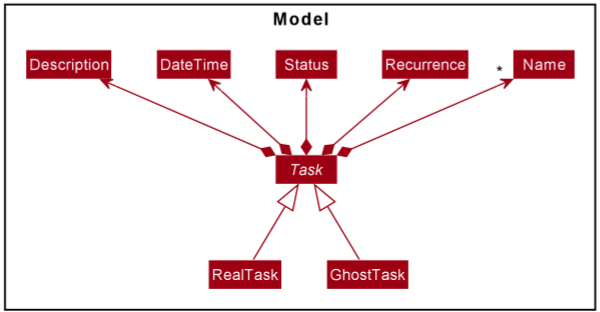
The PlantUML diagram docs/images/DetailedTaskClassDiagram.png in tsy24/tp, before a commit. Its source is kept beside it as docs/diagrams/DetailedTaskClassDiagram.puml.
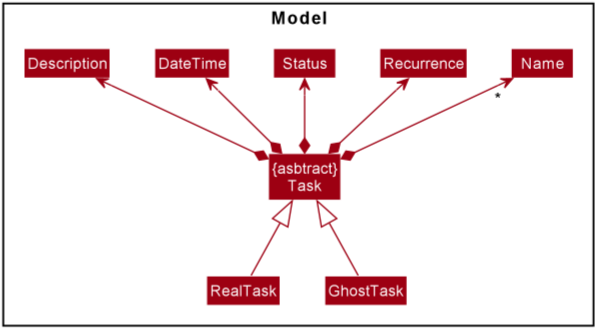
Later version of the same file.

Commit message:
Update Detailed Model and Task class diagrams

Change to the diagram source:
```diff
@@ -6,7 +6,6 @@
 
 Package Model <<Rectangle>>{
 
-Abstract Class Task
 Class RealTask
 Class GhostTask
 
@@ -15,14 +14,15 @@
 Class Status
 Class Recurrence
 Class Name
+
+
+"{asbtract}\nTask" *-up-> Description
+"{asbtract}\nTask" *-up-> DateTime
+"{asbtract}\nTask" *-up-> Status
+"{asbtract}\nTask" *-up-> Recurrence
+"{asbtract}\nTask" *-up-> "*" Name
+RealTask -up-|> "{asbtract}\nTask"
+GhostTask -up-|> "{asbtract}\nTask"
 }
 
-Task *-up-> Description
-Task *-up-> DateTime
-Task *-up-> Status
-Task *-up-> Recurrence
-Task *-up-> "*" Name
-RealTask -up-|> Task
-GhostTask -up-|> Task
-
 @enduml
```
